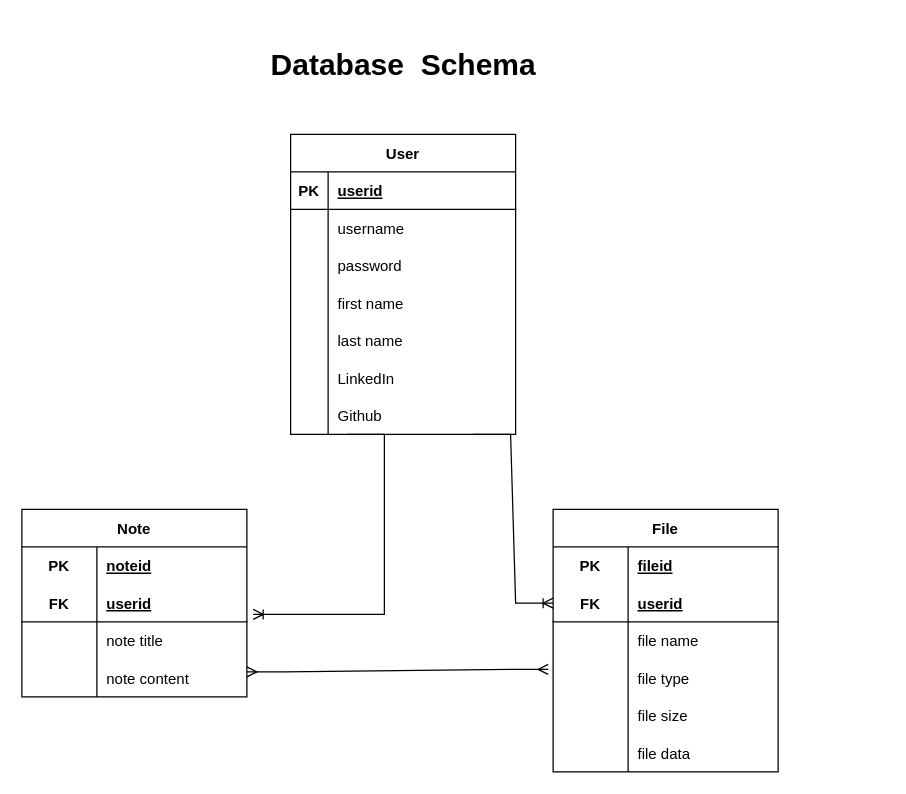
This is Untitled Diagram.drawio from HanquanL/ZCTC, a draw.io file, before an edit. Source tidied: cells renumbered, new cells numbered last; positions are measured from the earlier drawing's top-left corner, leaving out a move shared by most shapes. Both pictures are drawn from the tidied source at 125%, with x=0, y=0 at pixel (21, 21).
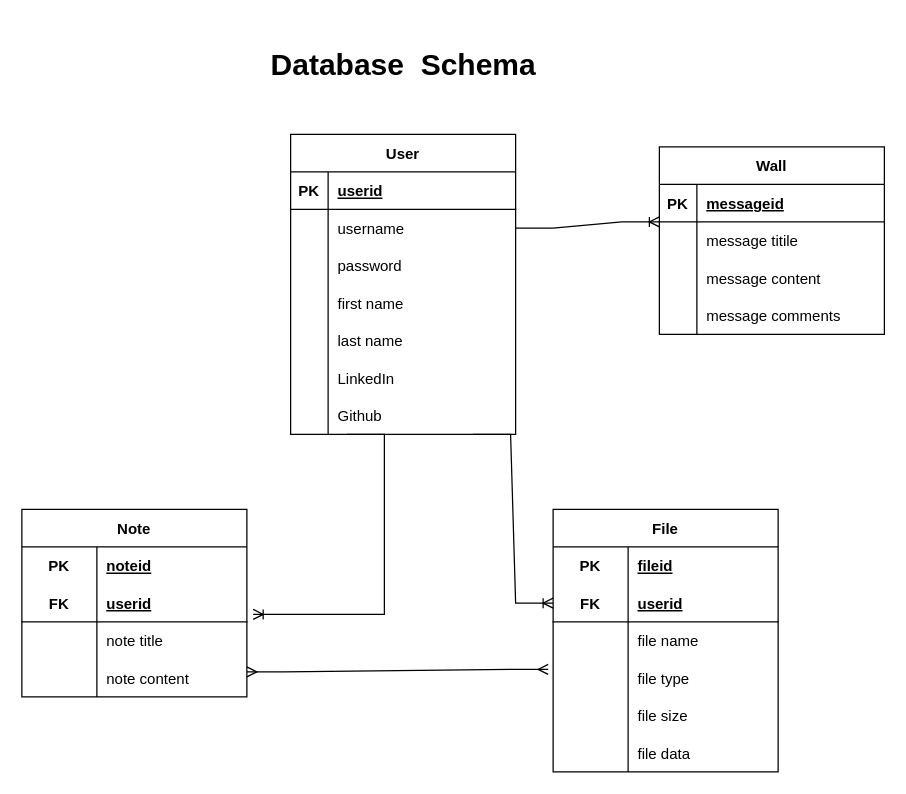
The same diagram, later.

The change refers to these unchanged cells:
```xml
<mxCell id="7" style="shape=tableRow;horizontal=0;startSize=0;swimlaneHead=0;swimlaneBody=0;fillColor=none;points=[[0,0.5],[1,0.5]];portConstraint=eastwest;top=0;left=0;right=0;bottom=0;" parent="3" vertex="1">
  <mxGeometry y="60" width="180" height="30" as="geometry" />
</mxCell>
```

The edit, as a diff of the source:
```diff
@@
+    <mxCell id="60" value="Wall" style="shape=table;startSize=30;childLayout=tableLayout;rowLines=0;fontStyle=1;align=center;" parent="1" vertex="1">
+      <mxGeometry x="510" y="100" width="180" height="150" as="geometry" />
+    </mxCell>
+    <mxCell id="61" style="shape=tableRow;horizontal=0;startSize=0;swimlaneHead=0;swimlaneBody=0;fillColor=none;top=0;left=0;right=0;bottom=1;" parent="60" vertex="1">
+      <mxGeometry y="30" width="180" height="30" as="geometry" />
+    </mxCell>
+    <mxCell id="62" value="PK" style="shape=partialRectangle;fillColor=none;top=0;left=0;bottom=0;right=0;fontStyle=1;overflow=hidden;" parent="61" vertex="1">
+      <mxGeometry width="30" height="30" as="geometry" />
+    </mxCell>
+    <mxCell id="63" value="messageid" style="shape=partialRectangle;fillColor=none;top=0;left=0;bottom=0;right=0;align=left;spacingLeft=6;fontStyle=5;overflow=hidden;" parent="61" vertex="1">
+      <mxGeometry x="30" width="150" height="30" as="geometry" />
+    </mxCell>
+    <mxCell id="64" style="shape=tableRow;horizontal=0;startSize=0;swimlaneHead=0;swimlaneBody=0;fillColor=none;top=0;left=0;right=0;bottom=0;" parent="60" vertex="1">
+      <mxGeometry y="60" width="180" height="30" as="geometry" />
+    </mxCell>
+    <mxCell id="65" style="shape=partialRectangle;fillColor=none;top=0;left=0;bottom=0;right=0;overflow=hidden;" parent="64" vertex="1">
+      <mxGeometry width="30" height="30" as="geometry" />
+    </mxCell>
+    <mxCell id="66" value="message titile" style="shape=partialRectangle;fillColor=none;top=0;left=0;bottom=0;right=0;align=left;spacingLeft=6;overflow=hidden;" parent="64" vertex="1">
+      <mxGeometry x="30" width="150" height="30" as="geometry" />
+    </mxCell>
+    <mxCell id="67" style="shape=tableRow;horizontal=0;startSize=0;swimlaneHead=0;swimlaneBody=0;fillColor=none;top=0;left=0;right=0;bottom=0;" parent="60" vertex="1">
+      <mxGeometry y="90" width="180" height="30" as="geometry" />
+    </mxCell>
+    <mxCell id="68" style="shape=partialRectangle;fillColor=none;top=0;left=0;bottom=0;right=0;overflow=hidden;" parent="67" vertex="1">
+      <mxGeometry width="30" height="30" as="geometry" />
+    </mxCell>
+    <mxCell id="69" value="message content" style="shape=partialRectangle;fillColor=none;top=0;left=0;bottom=0;right=0;align=left;spacingLeft=6;overflow=hidden;" parent="67" vertex="1">
+      <mxGeometry x="30" width="150" height="30" as="geometry" />
+    </mxCell>
+    <mxCell id="70" style="shape=tableRow;horizontal=0;startSize=0;swimlaneHead=0;swimlaneBody=0;fillColor=none;top=0;left=0;right=0;bottom=0;" parent="60" vertex="1">
+      <mxGeometry y="120" width="180" height="30" as="geometry" />
+    </mxCell>
+    <mxCell id="71" style="shape=partialRectangle;fillColor=none;top=0;left=0;bottom=0;right=0;overflow=hidden;" parent="70" vertex="1">
+      <mxGeometry width="30" height="30" as="geometry" />
+    </mxCell>
+    <mxCell id="72" value="message comments" style="shape=partialRectangle;fillColor=none;top=0;left=0;bottom=0;right=0;align=left;spacingLeft=6;overflow=hidden;" parent="70" vertex="1">
+      <mxGeometry x="30" width="150" height="30" as="geometry" />
+    </mxCell>
+    <mxCell id="73" style="edgeStyle=entityRelationEdgeStyle;fontSize=12;html=1;endArrow=ERoneToMany;rounded=0;exitX=1;exitY=0.5;exitDx=0;exitDy=0;" parent="1" edge="1" source="7">
+      <mxGeometry x="1" y="78" relative="1" as="geometry">
+        <mxPoint x="510" y="160" as="targetPoint" />
+        <mxPoint x="60" y="28" as="offset" />
+      </mxGeometry>
+    </mxCell>
```
